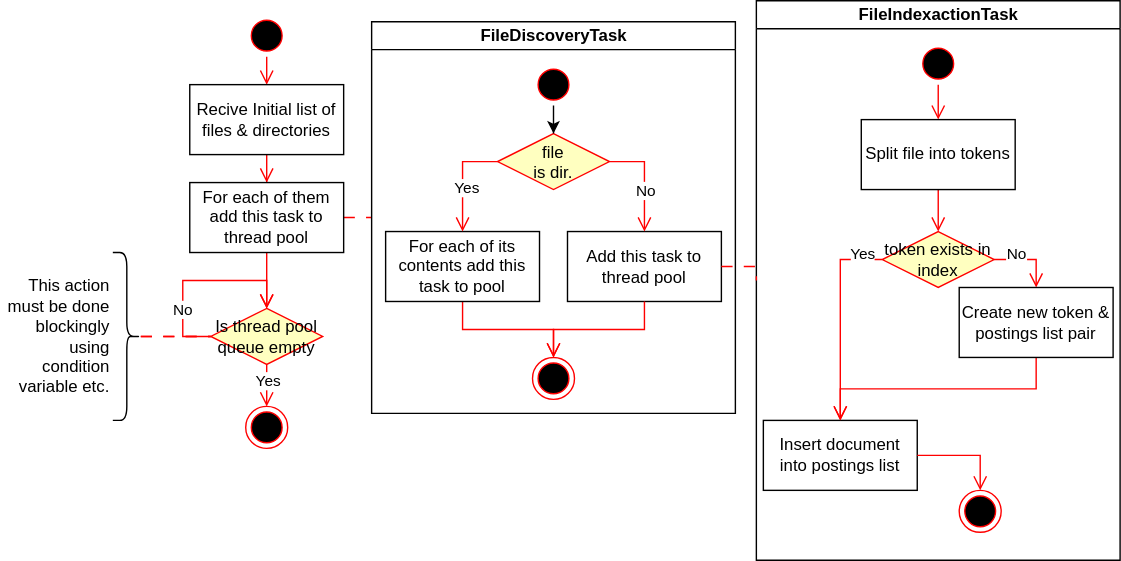
TehpphoENIX/KPI7_PC_CW keeps this draw.io diagram as model/IndexCreation.svg. Above is the earlier version. Source tidied: cells renumbered, new cells last; positions are measured from the earlier drawing's top-left corner, leaving out a move shared by most shapes.
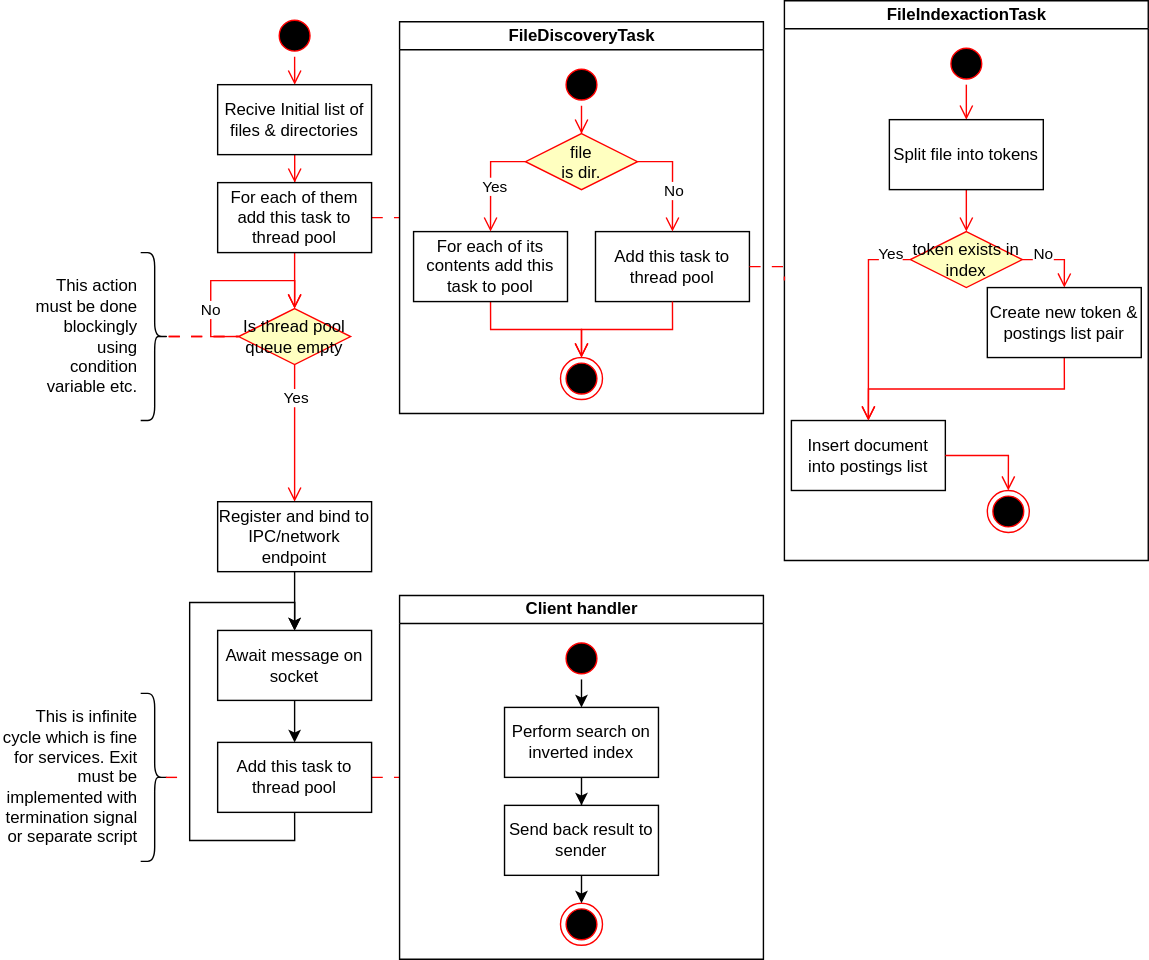
The same diagram one commit later.

Commit message:
Added server logic

Diff of the diagram source:
```diff
@@ -29,7 +29,7 @@
     <mxCell id="10" value="file &#10;is dir." style="rhombus;fillColor=#ffffc0;strokeColor=#ff0000;" parent="9" vertex="1">
       <mxGeometry x="90" y="80" width="80" height="40" as="geometry" />
     </mxCell>
-    <mxCell id="11" style="edgeStyle=orthogonalEdgeStyle;rounded=0;jettySize=auto;html=1;exitX=0.5;exitY=1;exitDx=0;exitDy=0;" parent="9" edge="1" source="16" target="10">
+    <mxCell id="11" style="edgeStyle=orthogonalEdgeStyle;rounded=0;jettySize=auto;html=1;exitX=0.5;exitY=1;exitDx=0;exitDy=0;endArrow=open;verticalAlign=bottom;strokeColor=#FF0000;endSize=8;endFill=1;" parent="9" edge="1" source="16" target="10">
       <mxGeometry relative="1" as="geometry" />
     </mxCell>
     <mxCell id="12" style="edgeStyle=orthogonalEdgeStyle;rounded=0;jettySize=auto;html=1;exitX=0.5;exitY=1;exitDx=0;exitDy=0;entryX=0.5;entryY=0;entryDx=0;entryDy=0;endArrow=open;verticalAlign=bottom;strokeColor=#FF0000;endSize=8;endFill=1;" parent="9" edge="1" source="13" target="17">
@@ -118,10 +118,7 @@
     <mxCell id="37" style="edgeStyle=orthogonalEdgeStyle;rounded=0;jettySize=auto;html=1;exitX=1;exitY=0.5;exitDx=0;exitDy=0;entryX=0;entryY=0.5;entryDx=0;entryDy=0;endArrow=none;strokeColor=#FF0000;endFill=0;dashed=1;fillColor=#f8cecc;strokeWidth=1;verticalAlign=bottom;endSize=8;dashPattern=8 8;" parent="1" edge="1" source="18" target="22">
       <mxGeometry relative="1" as="geometry" />
     </mxCell>
-    <mxCell id="38" style="ellipse;shape=endState;fillColor=#000000;strokeColor=#ff0000;" parent="1" vertex="1">
-      <mxGeometry x="175" y="290" width="30" height="30" as="geometry" />
-    </mxCell>
-    <mxCell id="39" style="edgeStyle=orthogonalEdgeStyle;rounded=0;jettySize=auto;html=1;exitX=0.5;exitY=1;exitDx=0;exitDy=0;entryX=0.5;entryY=0;entryDx=0;entryDy=0;endArrow=open;verticalAlign=bottom;strokeColor=#FF0000;endSize=8;endFill=1;" parent="1" edge="1" source="41" target="38">
+    <mxCell id="39" style="edgeStyle=orthogonalEdgeStyle;rounded=0;jettySize=auto;html=1;exitX=0.5;exitY=1;exitDx=0;exitDy=0;endArrow=open;verticalAlign=bottom;strokeColor=#FF0000;endSize=8;endFill=1;entryX=0.5;entryY=0;entryDx=0;entryDy=0;" parent="1" edge="1" source="41" target="49">
       <mxGeometry relative="1" as="geometry" />
     </mxCell>
     <mxCell id="40" value="Yes" style="edgeLabel;html=1;align=center;verticalAlign=middle;" parent="39" vertex="1">
@@ -156,5 +153,68 @@
     <mxCell id="47" value="&lt;div style=&quot;&quot;&gt;This action must be done blockingly using condition variable etc.&lt;/div&gt;" style="text;html=1;strokeColor=none;fillColor=none;align=right;verticalAlign=middle;whiteSpace=wrap;rounded=0;" parent="1" vertex="1">
       <mxGeometry y="180" width="80" height="120" as="geometry" />
     </mxCell>
+    <mxCell id="48" style="edgeStyle=orthogonalEdgeStyle;rounded=0;jettySize=auto;html=1;exitX=0.5;exitY=1;exitDx=0;exitDy=0;entryX=0.5;entryY=0;entryDx=0;entryDy=0;" parent="1" edge="1" source="49" target="51">
+      <mxGeometry relative="1" as="geometry" />
+    </mxCell>
+    <mxCell id="49" value="Register and bind to IPC/network endpoint" style="whiteSpace=wrap;" parent="1" vertex="1">
+      <mxGeometry x="135" y="358" width="110" height="50" as="geometry" />
+    </mxCell>
+    <mxCell id="50" style="edgeStyle=orthogonalEdgeStyle;rounded=0;jettySize=auto;html=1;exitX=0.5;exitY=1;exitDx=0;exitDy=0;entryX=0.5;entryY=0;entryDx=0;entryDy=0;" parent="1" edge="1" source="51" target="54">
+      <mxGeometry relative="1" as="geometry" />
+    </mxCell>
+    <mxCell id="51" value="Await message on socket" style="whiteSpace=wrap;" parent="1" vertex="1">
+      <mxGeometry x="135" y="450" width="110" height="50" as="geometry" />
+    </mxCell>
+    <mxCell id="52" style="edgeStyle=orthogonalEdgeStyle;rounded=0;jettySize=auto;html=1;exitX=1;exitY=0.5;exitDx=0;exitDy=0;entryX=0;entryY=0.5;entryDx=0;entryDy=0;endArrow=none;verticalAlign=bottom;strokeColor=#FF0000;endFill=0;dashed=1;fillColor=#f8cecc;strokeWidth=1;endSize=8;dashPattern=8 8;" parent="1" edge="1" source="54" target="55">
+      <mxGeometry relative="1" as="geometry" />
+    </mxCell>
+    <mxCell id="53" style="edgeStyle=orthogonalEdgeStyle;rounded=0;jettySize=auto;html=1;exitX=0.5;exitY=1;exitDx=0;exitDy=0;entryX=0.5;entryY=0;entryDx=0;entryDy=0;" parent="1" edge="1" source="54" target="51">
+      <mxGeometry relative="1" as="geometry">
+        <Array as="points">
+          <mxPoint x="190" y="600" />
+          <mxPoint x="115" y="600" />
+          <mxPoint x="115" y="430" />
+          <mxPoint x="190" y="430" />
+        </Array>
+      </mxGeometry>
+    </mxCell>
+    <mxCell id="54" value="Add this task to thread pool" style="whiteSpace=wrap;" parent="1" vertex="1">
+      <mxGeometry x="135" y="530" width="110" height="50" as="geometry" />
+    </mxCell>
+    <mxCell id="55" value="Client handler" style="swimlane;startSize=20;html=1;" parent="1" vertex="1">
+      <mxGeometry x="265" y="425" width="260" height="260" as="geometry" />
+    </mxCell>
+    <mxCell id="56" style="edgeStyle=orthogonalEdgeStyle;rounded=0;jettySize=auto;html=1;exitX=0.5;exitY=1;exitDx=0;exitDy=0;entryX=0.5;entryY=0;entryDx=0;entryDy=0;" parent="55" edge="1" source="57" target="60">
+      <mxGeometry relative="1" as="geometry" />
+    </mxCell>
+    <mxCell id="57" style="ellipse;shape=startState;fillColor=#000000;strokeColor=#ff0000;" parent="55" vertex="1">
+      <mxGeometry x="115" y="30" width="30" height="30" as="geometry" />
+    </mxCell>
+    <mxCell id="58" style="ellipse;shape=endState;fillColor=#000000;strokeColor=#ff0000;" parent="55" vertex="1">
+      <mxGeometry x="115" y="220" width="30" height="30" as="geometry" />
+    </mxCell>
+    <mxCell id="59" style="edgeStyle=orthogonalEdgeStyle;rounded=0;jettySize=auto;html=1;entryX=0.5;entryY=0;entryDx=0;entryDy=0;" parent="55" edge="1" source="60" target="62">
+      <mxGeometry relative="1" as="geometry" />
+    </mxCell>
+    <mxCell id="60" value="Perform search on inverted index" style="whiteSpace=wrap;" parent="55" vertex="1">
+      <mxGeometry x="75" y="80" width="110" height="50" as="geometry" />
+    </mxCell>
+    <mxCell id="61" style="edgeStyle=orthogonalEdgeStyle;rounded=0;jettySize=auto;html=1;exitX=0.5;exitY=1;exitDx=0;exitDy=0;entryX=0.5;entryY=0;entryDx=0;entryDy=0;" parent="55" edge="1" source="62" target="58">
+      <mxGeometry relative="1" as="geometry" />
+    </mxCell>
+    <mxCell id="62" value="Send back result to sender" style="whiteSpace=wrap;" parent="55" vertex="1">
+      <mxGeometry x="75" y="150" width="110" height="50" as="geometry" />
+    </mxCell>
+    <mxCell id="63" style="shape=curlyBracket;whiteSpace=wrap;html=1;rounded=1;flipH=1;labelPosition=right;verticalLabelPosition=middle;align=left;verticalAlign=middle;size=0.5;" parent="1" vertex="1">
+      <mxGeometry x="80" y="495" width="20" height="120" as="geometry" />
+    </mxCell>
+    <mxCell id="64" style="edgeStyle=orthogonalEdgeStyle;rounded=0;jettySize=auto;html=1;endArrow=none;verticalAlign=bottom;strokeColor=#FF0000;endFill=0;dashed=1;fillColor=#f8cecc;strokeWidth=1;endSize=8;dashPattern=8 8;exitX=0.1;exitY=0.5;exitDx=0;exitDy=0;exitPerimeter=0;" parent="1" edge="1" source="63">
+      <mxGeometry relative="1" as="geometry">
+        <mxPoint x="110" y="555" as="targetPoint" />
+      </mxGeometry>
+    </mxCell>
+    <mxCell id="65" value="&lt;div style=&quot;&quot;&gt;This is infinite cycle which is fine for services. Exit must be implemented with termination signal or separate script&lt;/div&gt;" style="text;html=1;strokeColor=none;fillColor=none;align=right;verticalAlign=middle;whiteSpace=wrap;rounded=0;" parent="1" vertex="1">
+      <mxGeometry x="-20" y="495" width="100" height="120" as="geometry" />
+    </mxCell>
   </root>
 </mxGraphModel>
```
